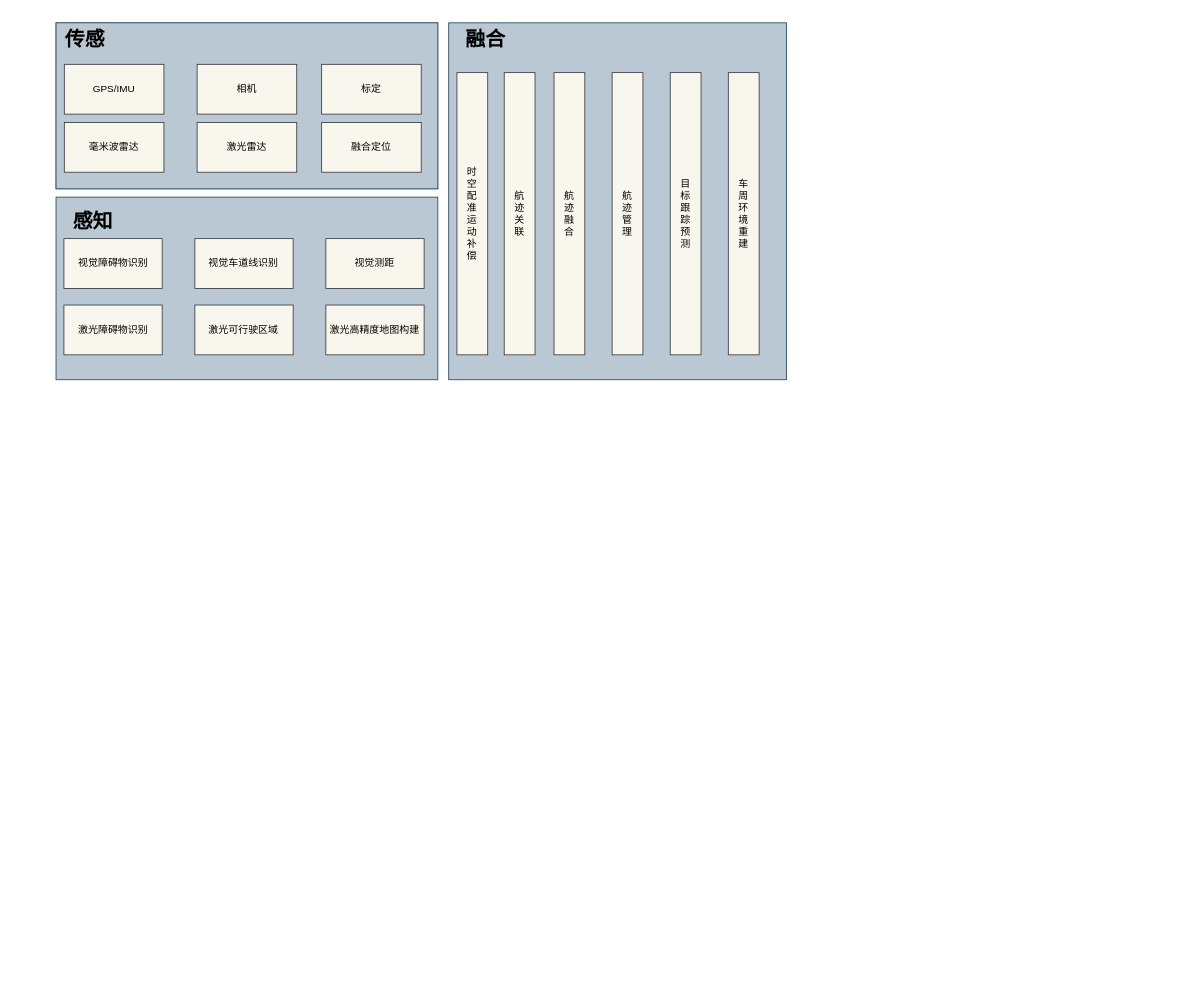
bugquella/diagrams keeps this draw.io diagram as 感知融合框架.drawio. Above is the earlier version. Source tidied: cells renumbered, new cells numbered last; positions are measured from the earlier drawing's top-left corner, leaving out a move shared by most shapes. Both pictures are drawn from the tidied source at 83%, with x=0, y=0 at pixel (56, 22).
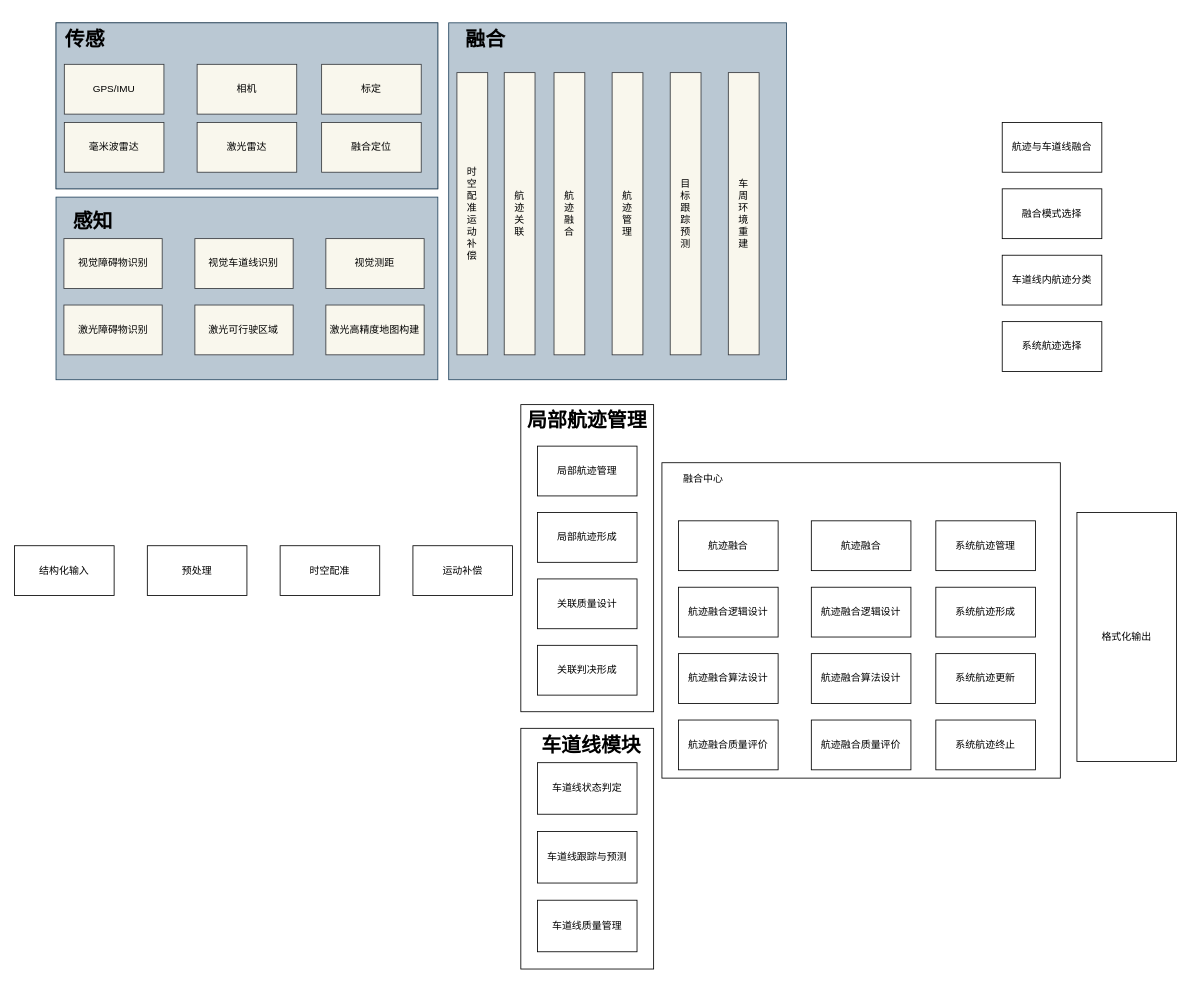
Above is the later version.

Commit message:
更新感知融合框架.drawio

The edit, as a diff of the source:
```diff
@@
+    <mxCell id="29" style="rounded=0;whiteSpace=wrap;html=1;" parent="1" vertex="1">
+      <mxGeometry x="730" y="530" width="480" height="380" as="geometry" />
+    </mxCell>
@@
+    <mxCell id="30" value="结构化输入" style="rounded=0;whiteSpace=wrap;html=1;" parent="1" vertex="1">
+      <mxGeometry x="-50" y="630" width="120" height="60" as="geometry" />
+    </mxCell>
+    <mxCell id="31" value="预处理" style="rounded=0;whiteSpace=wrap;html=1;" parent="1" vertex="1">
+      <mxGeometry x="110" y="630" width="120" height="60" as="geometry" />
+    </mxCell>
+    <mxCell id="32" value="时空配准" style="rounded=0;whiteSpace=wrap;html=1;" parent="1" vertex="1">
+      <mxGeometry x="270" y="630" width="120" height="60" as="geometry" />
+    </mxCell>
+    <mxCell id="33" value="运动补偿" style="rounded=0;whiteSpace=wrap;html=1;" parent="1" vertex="1">
+      <mxGeometry x="430" y="630" width="120" height="60" as="geometry" />
+    </mxCell>
+    <mxCell id="34" value="航迹融合" style="rounded=0;whiteSpace=wrap;html=1;" parent="1" vertex="1">
+      <mxGeometry x="910" y="600" width="120" height="60" as="geometry" />
+    </mxCell>
+    <mxCell id="35" value="航迹融合逻辑设计" style="rounded=0;whiteSpace=wrap;html=1;" parent="1" vertex="1">
+      <mxGeometry x="910" y="680" width="120" height="60" as="geometry" />
+    </mxCell>
+    <mxCell id="36" value="航迹融合算法设计" style="rounded=0;whiteSpace=wrap;html=1;" parent="1" vertex="1">
+      <mxGeometry x="910" y="760" width="120" height="60" as="geometry" />
+    </mxCell>
+    <mxCell id="37" value="航迹融合质量评价" style="rounded=0;whiteSpace=wrap;html=1;" parent="1" vertex="1">
+      <mxGeometry x="910" y="840" width="120" height="60" as="geometry" />
+    </mxCell>
+    <mxCell id="38" value="系统航迹管理" style="rounded=0;whiteSpace=wrap;html=1;" parent="1" vertex="1">
+      <mxGeometry x="1060" y="600" width="120" height="60" as="geometry" />
+    </mxCell>
+    <mxCell id="39" value="系统航迹形成" style="rounded=0;whiteSpace=wrap;html=1;" parent="1" vertex="1">
+      <mxGeometry x="1060" y="680" width="120" height="60" as="geometry" />
+    </mxCell>
+    <mxCell id="40" value="系统航迹更新" style="rounded=0;whiteSpace=wrap;html=1;" parent="1" vertex="1">
+      <mxGeometry x="1060" y="760" width="120" height="60" as="geometry" />
+    </mxCell>
+    <mxCell id="41" value="系统航迹终止" style="rounded=0;whiteSpace=wrap;html=1;" parent="1" vertex="1">
+      <mxGeometry x="1060" y="840" width="120" height="60" as="geometry" />
+    </mxCell>
+    <mxCell id="42" value="航迹与车道线融合" style="rounded=0;whiteSpace=wrap;html=1;" parent="1" vertex="1">
+      <mxGeometry x="1140" y="120" width="120" height="60" as="geometry" />
+    </mxCell>
+    <mxCell id="43" value="融合模式选择" style="rounded=0;whiteSpace=wrap;html=1;" parent="1" vertex="1">
+      <mxGeometry x="1140" y="200" width="120" height="60" as="geometry" />
+    </mxCell>
+    <mxCell id="44" value="车道线内航迹分类" style="rounded=0;whiteSpace=wrap;html=1;" parent="1" vertex="1">
+      <mxGeometry x="1140" y="280" width="120" height="60" as="geometry" />
+    </mxCell>
+    <mxCell id="45" value="系统航迹选择" style="rounded=0;whiteSpace=wrap;html=1;" parent="1" vertex="1">
+      <mxGeometry x="1140" y="360" width="120" height="60" as="geometry" />
+    </mxCell>
+    <mxCell id="46" value="格式化输出" style="rounded=0;whiteSpace=wrap;html=1;" parent="1" vertex="1">
+      <mxGeometry x="1230" y="590" width="120" height="300" as="geometry" />
+    </mxCell>
+    <mxCell id="47" value="融合中心" style="text;html=1;strokeColor=none;fillColor=none;align=center;verticalAlign=middle;whiteSpace=wrap;rounded=0;" parent="1" vertex="1">
+      <mxGeometry x="750" y="540" width="60" height="20" as="geometry" />
+    </mxCell>
+    <mxCell id="48" style="group;" parent="1" vertex="1">
+      <mxGeometry x="560" y="850" width="160" height="290" as="geometry" />
+    </mxCell>
+    <mxCell id="49" style="rounded=0;whiteSpace=wrap;html=1;" parent="48" vertex="1">
+      <mxGeometry width="160" height="290" as="geometry" />
+    </mxCell>
+    <mxCell id="50" value="车道线状态判定" style="rounded=0;whiteSpace=wrap;html=1;" parent="48" vertex="1">
+      <mxGeometry x="20" y="41.4" width="120" height="62.1" as="geometry" />
+    </mxCell>
+    <mxCell id="51" value="车道线跟踪与预测" style="rounded=0;whiteSpace=wrap;html=1;" parent="48" vertex="1">
+      <mxGeometry x="20" y="124.3" width="120" height="62.1" as="geometry" />
+    </mxCell>
+    <mxCell id="52" value="车道线质量管理" style="rounded=0;whiteSpace=wrap;html=1;" parent="48" vertex="1">
+      <mxGeometry x="20" y="207.1" width="120" height="62.1" as="geometry" />
+    </mxCell>
+    <mxCell id="53" value="&lt;h1&gt;车道线模块&lt;/h1&gt;" style="text;html=1;strokeColor=none;fillColor=none;align=center;verticalAlign=middle;whiteSpace=wrap;rounded=0;" parent="48" vertex="1">
+      <mxGeometry x="20" y="10.4" width="130" height="20.7" as="geometry" />
+    </mxCell>
+    <mxCell id="54" style="group;" parent="1" vertex="1">
+      <mxGeometry x="560" y="460" width="160" height="370" as="geometry" />
+    </mxCell>
+    <mxCell id="55" style="rounded=0;whiteSpace=wrap;html=1;" parent="54" vertex="1">
+      <mxGeometry width="160" height="370" as="geometry" />
+    </mxCell>
+    <mxCell id="56" value="局部航迹管理" style="rounded=0;whiteSpace=wrap;html=1;" parent="54" vertex="1">
+      <mxGeometry x="20" y="50" width="120" height="60" as="geometry" />
+    </mxCell>
+    <mxCell id="57" value="局部航迹形成" style="rounded=0;whiteSpace=wrap;html=1;" parent="54" vertex="1">
+      <mxGeometry x="20" y="130" width="120" height="60" as="geometry" />
+    </mxCell>
+    <mxCell id="58" value="关联质量设计" style="rounded=0;whiteSpace=wrap;html=1;" parent="54" vertex="1">
+      <mxGeometry x="20" y="210" width="120" height="60" as="geometry" />
+    </mxCell>
+    <mxCell id="59" value="关联判决形成" style="rounded=0;whiteSpace=wrap;html=1;" parent="54" vertex="1">
+      <mxGeometry x="20" y="290" width="120" height="60" as="geometry" />
+    </mxCell>
+    <mxCell id="60" value="&lt;h1&gt;局部航迹管理&lt;/h1&gt;" style="text;html=1;strokeColor=none;fillColor=none;align=center;verticalAlign=middle;whiteSpace=wrap;rounded=0;" parent="54" vertex="1">
+      <mxGeometry y="10" width="160" height="20" as="geometry" />
+    </mxCell>
+    <mxCell id="61" value="航迹融合" style="rounded=0;whiteSpace=wrap;html=1;" parent="1" vertex="1">
+      <mxGeometry x="750" y="600" width="120" height="60" as="geometry" />
+    </mxCell>
+    <mxCell id="62" value="航迹融合逻辑设计" style="rounded=0;whiteSpace=wrap;html=1;" parent="1" vertex="1">
+      <mxGeometry x="750" y="680" width="120" height="60" as="geometry" />
+    </mxCell>
+    <mxCell id="63" value="航迹融合算法设计" style="rounded=0;whiteSpace=wrap;html=1;" parent="1" vertex="1">
+      <mxGeometry x="750" y="760" width="120" height="60" as="geometry" />
+    </mxCell>
+    <mxCell id="64" value="航迹融合质量评价" style="rounded=0;whiteSpace=wrap;html=1;" parent="1" vertex="1">
+      <mxGeometry x="750" y="840" width="120" height="60" as="geometry" />
+    </mxCell>
```
